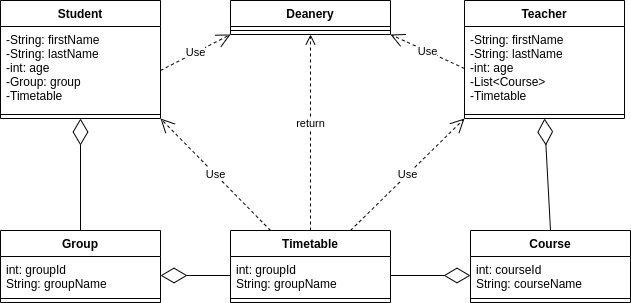
The draw.io diagram DecomposeUiversity.png in MrZMorgan/University, before a commit. Source tidied: cells renumbered, new cells last; positions are measured from the earlier drawing's top-left corner, leaving out a move shared by most shapes. Its diagram source:
```xml
<mxGraphModel>
  <root>
    <mxCell id="0" />
    <mxCell id="1" parent="0" />
    <mxCell id="2" value="Student" style="swimlane;fontStyle=1;align=center;verticalAlign=top;horizontal=1;startSize=26;" parent="1" vertex="1">
      <mxGeometry width="160" height="118" as="geometry" />
    </mxCell>
    <mxCell id="3" value="-String: firstName&#10;-String: lastName&#10;-int: age&#10;-Group: group&#10;-Timetable" style="text;strokeColor=none;fillColor=none;align=left;verticalAlign=top;spacingLeft=4;spacingRight=4;overflow=hidden;" parent="2" vertex="1">
      <mxGeometry y="26" width="160" height="84" as="geometry" />
    </mxCell>
    <mxCell id="4" style="line;strokeWidth=1;fillColor=none;align=left;verticalAlign=middle;spacingTop=-1;spacingLeft=3;spacingRight=3;labelPosition=right;" parent="2" vertex="1">
      <mxGeometry y="110" width="160" height="8" as="geometry" />
    </mxCell>
    <mxCell id="5" value="Teacher" style="swimlane;fontStyle=1;align=center;verticalAlign=top;horizontal=1;startSize=26;" parent="1" vertex="1">
      <mxGeometry x="464" width="160" height="118" as="geometry" />
    </mxCell>
    <mxCell id="6" value="-String: firstName&#10;-String: lastName&#10;-int: age&#10;-List&lt;Course&gt;&#10;-Timetable" style="text;strokeColor=none;fillColor=none;align=left;verticalAlign=top;spacingLeft=4;spacingRight=4;overflow=hidden;points=[[0,0.5],[1,0.5]];portConstraint=eastwest;" parent="5" vertex="1">
      <mxGeometry y="26" width="160" height="84" as="geometry" />
    </mxCell>
    <mxCell id="7" style="line;strokeWidth=1;fillColor=none;align=left;verticalAlign=middle;spacingTop=-1;spacingLeft=3;spacingRight=3;labelPosition=right;" parent="5" vertex="1">
      <mxGeometry y="110" width="160" height="8" as="geometry" />
    </mxCell>
    <mxCell id="8" value="Course" style="swimlane;fontStyle=1;align=center;verticalAlign=top;horizontal=1;startSize=26;" parent="1" vertex="1">
      <mxGeometry x="470" y="230" width="160" height="72" as="geometry" />
    </mxCell>
    <mxCell id="9" value="int: courseId&#10;String: courseName" style="text;strokeColor=none;fillColor=none;align=left;verticalAlign=top;spacingLeft=4;spacingRight=4;overflow=hidden;points=[[0,0.5],[1,0.5]];portConstraint=eastwest;" parent="8" vertex="1">
      <mxGeometry y="26" width="160" height="38" as="geometry" />
    </mxCell>
    <mxCell id="10" style="line;strokeWidth=1;fillColor=none;align=left;verticalAlign=middle;spacingTop=-1;spacingLeft=3;spacingRight=3;labelPosition=right;" parent="8" vertex="1">
      <mxGeometry y="64" width="160" height="8" as="geometry" />
    </mxCell>
    <mxCell id="11" value="Group" style="swimlane;fontStyle=1;align=center;verticalAlign=top;horizontal=1;startSize=26;" parent="1" vertex="1">
      <mxGeometry y="230" width="160" height="72" as="geometry" />
    </mxCell>
    <mxCell id="12" value="int: groupId&#10;String: groupName" style="text;strokeColor=none;fillColor=none;align=left;verticalAlign=top;spacingLeft=4;spacingRight=4;overflow=hidden;points=[[0,0.5],[1,0.5]];portConstraint=eastwest;" parent="11" vertex="1">
      <mxGeometry y="26" width="160" height="38" as="geometry" />
    </mxCell>
    <mxCell id="13" style="line;strokeWidth=1;fillColor=none;align=left;verticalAlign=middle;spacingTop=-1;spacingLeft=3;spacingRight=3;labelPosition=right;" parent="11" vertex="1">
      <mxGeometry y="64" width="160" height="8" as="geometry" />
    </mxCell>
    <mxCell id="14" value="Timetable" style="swimlane;fontStyle=1;align=center;verticalAlign=top;horizontal=1;startSize=26;" parent="1" vertex="1">
      <mxGeometry x="230" y="230" width="160" height="72" as="geometry" />
    </mxCell>
    <mxCell id="15" value="int: groupId&#10;String: groupName" style="text;strokeColor=none;fillColor=none;align=left;verticalAlign=top;spacingLeft=4;spacingRight=4;overflow=hidden;points=[[0,0.5],[1,0.5]];portConstraint=eastwest;" parent="14" vertex="1">
      <mxGeometry y="26" width="160" height="38" as="geometry" />
    </mxCell>
    <mxCell id="16" style="line;strokeWidth=1;fillColor=none;align=left;verticalAlign=middle;spacingTop=-1;spacingLeft=3;spacingRight=3;labelPosition=right;" parent="14" vertex="1">
      <mxGeometry y="64" width="160" height="8" as="geometry" />
    </mxCell>
    <mxCell id="17" value="Deanery" style="swimlane;fontStyle=1;align=center;verticalAlign=top;horizontal=1;startSize=26;" parent="1" vertex="1">
      <mxGeometry x="230" width="160" height="34" as="geometry" />
    </mxCell>
    <mxCell id="18" style="line;strokeWidth=1;fillColor=none;align=left;verticalAlign=middle;spacingTop=-1;spacingLeft=3;spacingRight=3;labelPosition=right;" parent="17" vertex="1">
      <mxGeometry y="26" width="160" height="8" as="geometry" />
    </mxCell>
    <mxCell id="19" style="endArrow=diamondThin;endFill=0;endSize=24;html=1;exitX=0.5;exitY=0;exitDx=0;exitDy=0;entryX=0.5;entryY=1;entryDx=0;entryDy=0;" parent="1" edge="1" source="11" target="2">
      <mxGeometry relative="1" as="geometry" />
    </mxCell>
    <mxCell id="20" style="endArrow=diamondThin;endFill=0;endSize=24;html=1;exitX=0.5;exitY=0;exitDx=0;exitDy=0;entryX=0.5;entryY=1;entryDx=0;entryDy=0;" parent="1" edge="1" source="8" target="5">
      <mxGeometry relative="1" as="geometry" />
    </mxCell>
    <mxCell id="21" style="endArrow=diamondThin;endFill=0;endSize=24;html=1;exitX=0;exitY=0.5;exitDx=0;exitDy=0;entryX=1;entryY=0.5;entryDx=0;entryDy=0;" parent="1" edge="1" source="15" target="12">
      <mxGeometry relative="1" as="geometry" />
    </mxCell>
    <mxCell id="22" style="endArrow=diamondThin;endFill=0;endSize=24;html=1;entryX=0;entryY=0.5;entryDx=0;entryDy=0;exitX=1;exitY=0.5;exitDx=0;exitDy=0;" parent="1" edge="1" source="15" target="9">
      <mxGeometry relative="1" as="geometry" />
    </mxCell>
    <mxCell id="23" value="Use" style="endArrow=open;endSize=12;dashed=1;html=1;exitX=0.25;exitY=0;exitDx=0;exitDy=0;entryX=1;entryY=1;entryDx=0;entryDy=0;" parent="1" edge="1" source="14" target="2">
      <mxGeometry relative="1" as="geometry" />
    </mxCell>
    <mxCell id="24" value="Use" style="endArrow=open;endSize=12;dashed=1;html=1;exitX=0.75;exitY=0;exitDx=0;exitDy=0;entryX=0;entryY=1;entryDx=0;entryDy=0;" parent="1" edge="1" source="14" target="5">
      <mxGeometry relative="1" as="geometry" />
    </mxCell>
    <mxCell id="25" value="Use" style="endArrow=open;endSize=12;dashed=1;html=1;entryX=0;entryY=1;entryDx=0;entryDy=0;" parent="1" edge="1" target="17">
      <mxGeometry relative="1" as="geometry">
        <mxPoint x="160" y="70" as="sourcePoint" />
      </mxGeometry>
    </mxCell>
    <mxCell id="26" value="Use" style="endArrow=open;endSize=12;dashed=1;html=1;exitX=0;exitY=0.5;exitDx=0;exitDy=0;entryX=1;entryY=1;entryDx=0;entryDy=0;" parent="1" edge="1" source="6" target="17">
      <mxGeometry relative="1" as="geometry" />
    </mxCell>
    <mxCell id="27" value="return" style="html=1;verticalAlign=bottom;endArrow=open;dashed=1;endSize=8;entryX=0.5;entryY=1;entryDx=0;entryDy=0;exitX=0.5;exitY=0;exitDx=0;exitDy=0;" parent="1" edge="1" source="14" target="17">
      <mxGeometry relative="1" as="geometry" />
    </mxCell>
  </root>
</mxGraphModel>
```
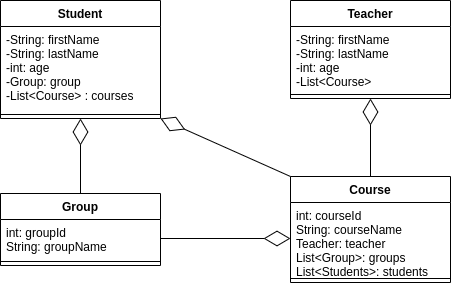
Later version of the same file.

Commit message:
Edit class diagram

Change to the diagram source:
```diff
@@ -3,34 +3,34 @@
     <mxCell id="0" />
     <mxCell id="1" parent="0" />
     <mxCell id="2" value="Student" style="swimlane;fontStyle=1;align=center;verticalAlign=top;horizontal=1;startSize=26;" parent="1" vertex="1">
-      <mxGeometry width="160" height="118" as="geometry" />
+      <mxGeometry y="40" width="160" height="118" as="geometry" />
     </mxCell>
-    <mxCell id="3" value="-String: firstName&#10;-String: lastName&#10;-int: age&#10;-Group: group&#10;-Timetable" style="text;strokeColor=none;fillColor=none;align=left;verticalAlign=top;spacingLeft=4;spacingRight=4;overflow=hidden;" parent="2" vertex="1">
+    <mxCell id="3" value="-String: firstName&#10;-String: lastName&#10;-int: age&#10;-Group: group&#10;-List&lt;Course&gt; : courses" style="text;strokeColor=none;fillColor=none;align=left;verticalAlign=top;spacingLeft=4;spacingRight=4;overflow=hidden;" parent="2" vertex="1">
       <mxGeometry y="26" width="160" height="84" as="geometry" />
     </mxCell>
     <mxCell id="4" style="line;strokeWidth=1;fillColor=none;align=left;verticalAlign=middle;spacingTop=-1;spacingLeft=3;spacingRight=3;labelPosition=right;" parent="2" vertex="1">
       <mxGeometry y="110" width="160" height="8" as="geometry" />
     </mxCell>
     <mxCell id="5" value="Teacher" style="swimlane;fontStyle=1;align=center;verticalAlign=top;horizontal=1;startSize=26;" parent="1" vertex="1">
-      <mxGeometry x="464" width="160" height="118" as="geometry" />
+      <mxGeometry x="290" y="40" width="160" height="98" as="geometry" />
     </mxCell>
-    <mxCell id="6" value="-String: firstName&#10;-String: lastName&#10;-int: age&#10;-List&lt;Course&gt;&#10;-Timetable" style="text;strokeColor=none;fillColor=none;align=left;verticalAlign=top;spacingLeft=4;spacingRight=4;overflow=hidden;points=[[0,0.5],[1,0.5]];portConstraint=eastwest;" parent="5" vertex="1">
-      <mxGeometry y="26" width="160" height="84" as="geometry" />
+    <mxCell id="6" value="-String: firstName&#10;-String: lastName&#10;-int: age&#10;-List&lt;Course&gt;" style="text;strokeColor=none;fillColor=none;align=left;verticalAlign=top;spacingLeft=4;spacingRight=4;overflow=hidden;points=[[0,0.5],[1,0.5]];portConstraint=eastwest;" parent="5" vertex="1">
+      <mxGeometry y="26" width="160" height="64" as="geometry" />
     </mxCell>
     <mxCell id="7" style="line;strokeWidth=1;fillColor=none;align=left;verticalAlign=middle;spacingTop=-1;spacingLeft=3;spacingRight=3;labelPosition=right;" parent="5" vertex="1">
-      <mxGeometry y="110" width="160" height="8" as="geometry" />
+      <mxGeometry y="90" width="160" height="8" as="geometry" />
     </mxCell>
     <mxCell id="8" value="Course" style="swimlane;fontStyle=1;align=center;verticalAlign=top;horizontal=1;startSize=26;" parent="1" vertex="1">
-      <mxGeometry x="470" y="230" width="160" height="72" as="geometry" />
+      <mxGeometry x="290" y="216" width="160" height="106" as="geometry" />
     </mxCell>
-    <mxCell id="9" value="int: courseId&#10;String: courseName" style="text;strokeColor=none;fillColor=none;align=left;verticalAlign=top;spacingLeft=4;spacingRight=4;overflow=hidden;points=[[0,0.5],[1,0.5]];portConstraint=eastwest;" parent="8" vertex="1">
-      <mxGeometry y="26" width="160" height="38" as="geometry" />
+    <mxCell id="9" value="int: courseId&#10;String: courseName&#10;Teacher: teacher&#10;List&lt;Group&gt;: groups&#10;List&lt;Students&gt;: students" style="text;strokeColor=none;fillColor=none;align=left;verticalAlign=top;spacingLeft=4;spacingRight=4;overflow=hidden;points=[[0,0.5],[1,0.5]];portConstraint=eastwest;" parent="8" vertex="1">
+      <mxGeometry y="26" width="160" height="72" as="geometry" />
     </mxCell>
     <mxCell id="10" style="line;strokeWidth=1;fillColor=none;align=left;verticalAlign=middle;spacingTop=-1;spacingLeft=3;spacingRight=3;labelPosition=right;" parent="8" vertex="1">
-      <mxGeometry y="64" width="160" height="8" as="geometry" />
+      <mxGeometry y="98" width="160" height="8" as="geometry" />
     </mxCell>
     <mxCell id="11" value="Group" style="swimlane;fontStyle=1;align=center;verticalAlign=top;horizontal=1;startSize=26;" parent="1" vertex="1">
-      <mxGeometry y="230" width="160" height="72" as="geometry" />
+      <mxGeometry y="233" width="160" height="72" as="geometry" />
     </mxCell>
     <mxCell id="12" value="int: groupId&#10;String: groupName" style="text;strokeColor=none;fillColor=none;align=left;verticalAlign=top;spacingLeft=4;spacingRight=4;overflow=hidden;points=[[0,0.5],[1,0.5]];portConstraint=eastwest;" parent="11" vertex="1">
       <mxGeometry y="26" width="160" height="38" as="geometry" />
@@ -38,49 +38,17 @@
     <mxCell id="13" style="line;strokeWidth=1;fillColor=none;align=left;verticalAlign=middle;spacingTop=-1;spacingLeft=3;spacingRight=3;labelPosition=right;" parent="11" vertex="1">
       <mxGeometry y="64" width="160" height="8" as="geometry" />
     </mxCell>
-    <mxCell id="14" value="Timetable" style="swimlane;fontStyle=1;align=center;verticalAlign=top;horizontal=1;startSize=26;" parent="1" vertex="1">
-      <mxGeometry x="230" y="230" width="160" height="72" as="geometry" />
-    </mxCell>
-    <mxCell id="15" value="int: groupId&#10;String: groupName" style="text;strokeColor=none;fillColor=none;align=left;verticalAlign=top;spacingLeft=4;spacingRight=4;overflow=hidden;points=[[0,0.5],[1,0.5]];portConstraint=eastwest;" parent="14" vertex="1">
-      <mxGeometry y="26" width="160" height="38" as="geometry" />
-    </mxCell>
-    <mxCell id="16" style="line;strokeWidth=1;fillColor=none;align=left;verticalAlign=middle;spacingTop=-1;spacingLeft=3;spacingRight=3;labelPosition=right;" parent="14" vertex="1">
-      <mxGeometry y="64" width="160" height="8" as="geometry" />
-    </mxCell>
-    <mxCell id="17" value="Deanery" style="swimlane;fontStyle=1;align=center;verticalAlign=top;horizontal=1;startSize=26;" parent="1" vertex="1">
-      <mxGeometry x="230" width="160" height="34" as="geometry" />
-    </mxCell>
-    <mxCell id="18" style="line;strokeWidth=1;fillColor=none;align=left;verticalAlign=middle;spacingTop=-1;spacingLeft=3;spacingRight=3;labelPosition=right;" parent="17" vertex="1">
-      <mxGeometry y="26" width="160" height="8" as="geometry" />
-    </mxCell>
     <mxCell id="19" style="endArrow=diamondThin;endFill=0;endSize=24;html=1;exitX=0.5;exitY=0;exitDx=0;exitDy=0;entryX=0.5;entryY=1;entryDx=0;entryDy=0;" parent="1" edge="1" source="11" target="2">
       <mxGeometry relative="1" as="geometry" />
     </mxCell>
     <mxCell id="20" style="endArrow=diamondThin;endFill=0;endSize=24;html=1;exitX=0.5;exitY=0;exitDx=0;exitDy=0;entryX=0.5;entryY=1;entryDx=0;entryDy=0;" parent="1" edge="1" source="8" target="5">
       <mxGeometry relative="1" as="geometry" />
     </mxCell>
-    <mxCell id="21" style="endArrow=diamondThin;endFill=0;endSize=24;html=1;exitX=0;exitY=0.5;exitDx=0;exitDy=0;entryX=1;entryY=0.5;entryDx=0;entryDy=0;" parent="1" edge="1" source="15" target="12">
-      <mxGeometry relative="1" as="geometry" />
-    </mxCell>
-    <mxCell id="22" style="endArrow=diamondThin;endFill=0;endSize=24;html=1;entryX=0;entryY=0.5;entryDx=0;entryDy=0;exitX=1;exitY=0.5;exitDx=0;exitDy=0;" parent="1" edge="1" source="15" target="9">
-      <mxGeometry relative="1" as="geometry" />
-    </mxCell>
-    <mxCell id="23" value="Use" style="endArrow=open;endSize=12;dashed=1;html=1;exitX=0.25;exitY=0;exitDx=0;exitDy=0;entryX=1;entryY=1;entryDx=0;entryDy=0;" parent="1" edge="1" source="14" target="2">
-      <mxGeometry relative="1" as="geometry" />
-    </mxCell>
-    <mxCell id="24" value="Use" style="endArrow=open;endSize=12;dashed=1;html=1;exitX=0.75;exitY=0;exitDx=0;exitDy=0;entryX=0;entryY=1;entryDx=0;entryDy=0;" parent="1" edge="1" source="14" target="5">
-      <mxGeometry relative="1" as="geometry" />
-    </mxCell>
-    <mxCell id="25" value="Use" style="endArrow=open;endSize=12;dashed=1;html=1;entryX=0;entryY=1;entryDx=0;entryDy=0;" parent="1" edge="1" target="17">
-      <mxGeometry relative="1" as="geometry">
-        <mxPoint x="160" y="70" as="sourcePoint" />
-      </mxGeometry>
-    </mxCell>
-    <mxCell id="26" value="Use" style="endArrow=open;endSize=12;dashed=1;html=1;exitX=0;exitY=0.5;exitDx=0;exitDy=0;entryX=1;entryY=1;entryDx=0;entryDy=0;" parent="1" edge="1" source="6" target="17">
-      <mxGeometry relative="1" as="geometry" />
-    </mxCell>
-    <mxCell id="27" value="return" style="html=1;verticalAlign=bottom;endArrow=open;dashed=1;endSize=8;entryX=0.5;entryY=1;entryDx=0;entryDy=0;exitX=0.5;exitY=0;exitDx=0;exitDy=0;" parent="1" edge="1" source="14" target="17">
-      <mxGeometry relative="1" as="geometry" />
-    </mxCell>
+    <mxCell id="28" style="endArrow=diamondThin;endFill=0;endSize=24;html=1;entryX=0;entryY=0.5;entryDx=0;entryDy=0;exitX=1;exitY=0.5;exitDx=0;exitDy=0;" parent="1" edge="1" source="12" target="9">
+      <mxGeometry relative="1" as="geometry" />
+    </mxCell>
+    <mxCell id="29" style="endArrow=diamondThin;endFill=0;endSize=24;html=1;exitX=0;exitY=0;exitDx=0;exitDy=0;entryX=1;entryY=1;entryDx=0;entryDy=0;" parent="1" edge="1" source="8" target="2">
+      <mxGeometry relative="1" as="geometry" />
+    </mxCell>
   </root>
 </mxGraphModel>
```
